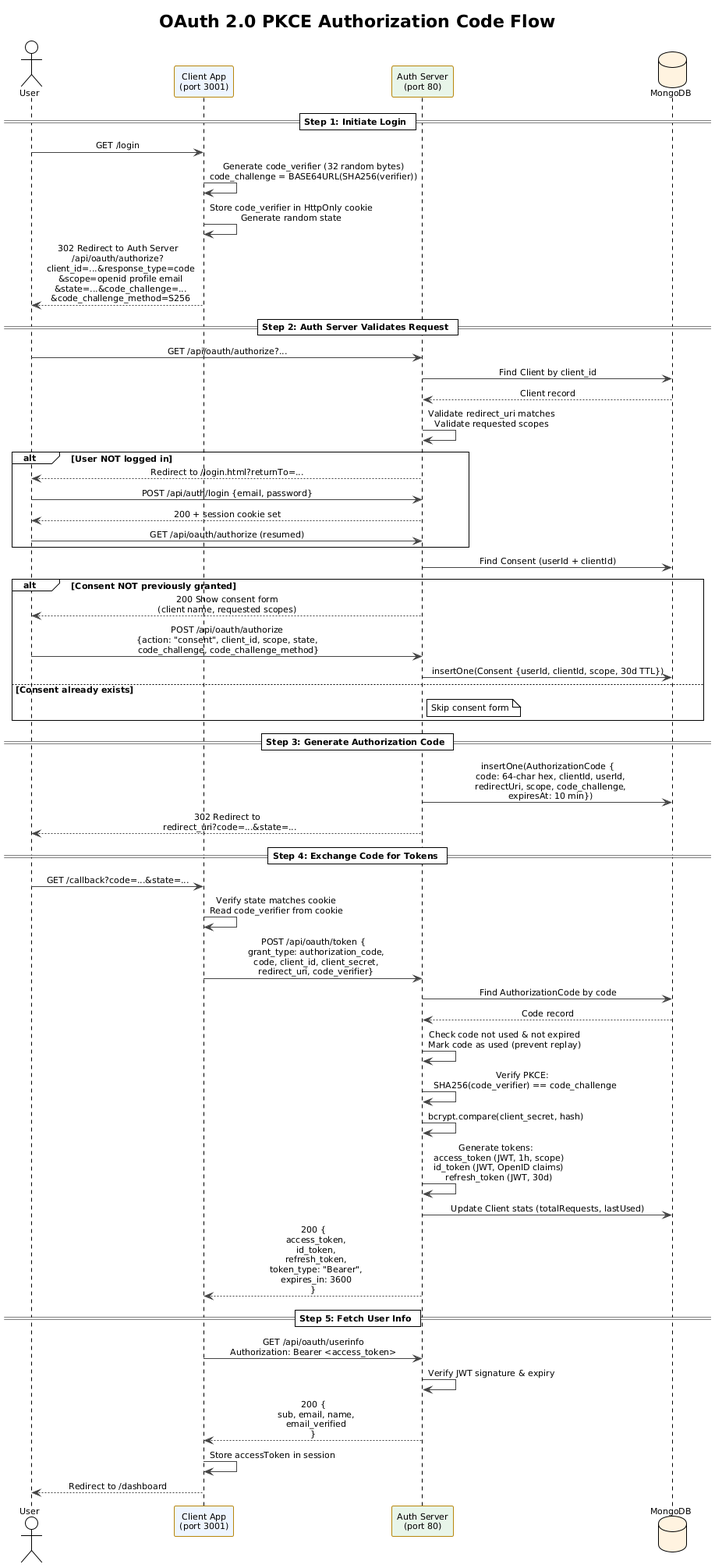
Before: Final-Final/diagrams/output/sequence-oauth.png, a diagram exported from PlantUML (Moxuz/Mono). The source it was exported from:
```plantuml
@startuml
!theme plain
skinparam defaultFontName Arial
skinparam defaultFontSize 11
skinparam sequenceMessageAlign center
skinparam ParticipantBackgroundColor #FFFBCC
skinparam ParticipantBorderColor    #B8860B
skinparam ArrowColor #444444

title OAuth 2.0 PKCE Authorization Code Flow

actor       "User"         as user
participant "Client App\n(port 3001)" as client #EEF5FF
participant "Auth Server\n(port 80)"  as server #E8F5E9
database    "MongoDB"      as mongo  #FFF3E0

== Step 1: Initiate Login ==
user -> client  : GET /login
client -> client : Generate code_verifier (32 random bytes)\ncode_challenge = BASE64URL(SHA256(verifier))
client -> client : Store code_verifier in HttpOnly cookie\nGenerate random state
client --> user  : 302 Redirect to Auth Server\n/api/oauth/authorize?\n  client_id=...&response_type=code\n  &scope=openid profile email\n  &state=...&code_challenge=...\n  &code_challenge_method=S256

== Step 2: Auth Server Validates Request ==
user -> server  : GET /api/oauth/authorize?...
server -> mongo : Find Client by client_id
mongo --> server : Client record
server -> server : Validate redirect_uri matches\nValidate requested scopes

alt User NOT logged in
  server --> user : Redirect to /login.html?returnTo=...
  user -> server  : POST /api/auth/login {email, password}
  server --> user : 200 + session cookie set
  user -> server  : GET /api/oauth/authorize (resumed)
end

server -> mongo : Find Consent (userId + clientId)

alt Consent NOT previously granted
  server --> user : 200 Show consent form\n(client name, requested scopes)
  user -> server  : POST /api/oauth/authorize\n{action: "consent", client_id, scope, state,\n code_challenge, code_challenge_method}
  server -> mongo : insertOne(Consent {userId, clientId, scope, 30d TTL})
else Consent already exists
  note right of server : Skip consent form
end

== Step 3: Generate Authorization Code ==
server -> mongo : insertOne(AuthorizationCode {\n  code: 64-char hex, clientId, userId,\n  redirectUri, scope, code_challenge,\n  expiresAt: 10 min})
server --> user : 302 Redirect to\n  redirect_uri?code=...&state=...

== Step 4: Exchange Code for Tokens ==
user -> client  : GET /callback?code=...&state=...
client -> client : Verify state matches cookie\nRead code_verifier from cookie
client -> server : POST /api/oauth/token {\n  grant_type: authorization_code,\n  code, client_id, client_secret,\n  redirect_uri, code_verifier}

server -> mongo : Find AuthorizationCode by code
mongo --> server : Code record
server -> server : Check code not used & not expired\nMark code as used (prevent replay)
server -> server : Verify PKCE:\n  SHA256(code_verifier) == code_challenge
server -> server : bcrypt.compare(client_secret, hash)

server -> server : Generate tokens:\n  access_token (JWT, 1h, scope)\n  id_token (JWT, OpenID claims)\n  refresh_token (JWT, 30d)
server -> mongo : Update Client stats (totalRequests, lastUsed)

server --> client : 200 {\n  access_token,\n  id_token,\n  refresh_token,\n  token_type: "Bearer",\n  expires_in: 3600\n}

== Step 5: Fetch User Info ==
client -> server : GET /api/oauth/userinfo\nAuthorization: Bearer <access_token>
server -> server : Verify JWT signature & expiry
server --> client : 200 {\n  sub, email, name,\n  email_verified\n}
client -> client : Store accessToken in session
client --> user  : Redirect to /dashboard
@enduml
```
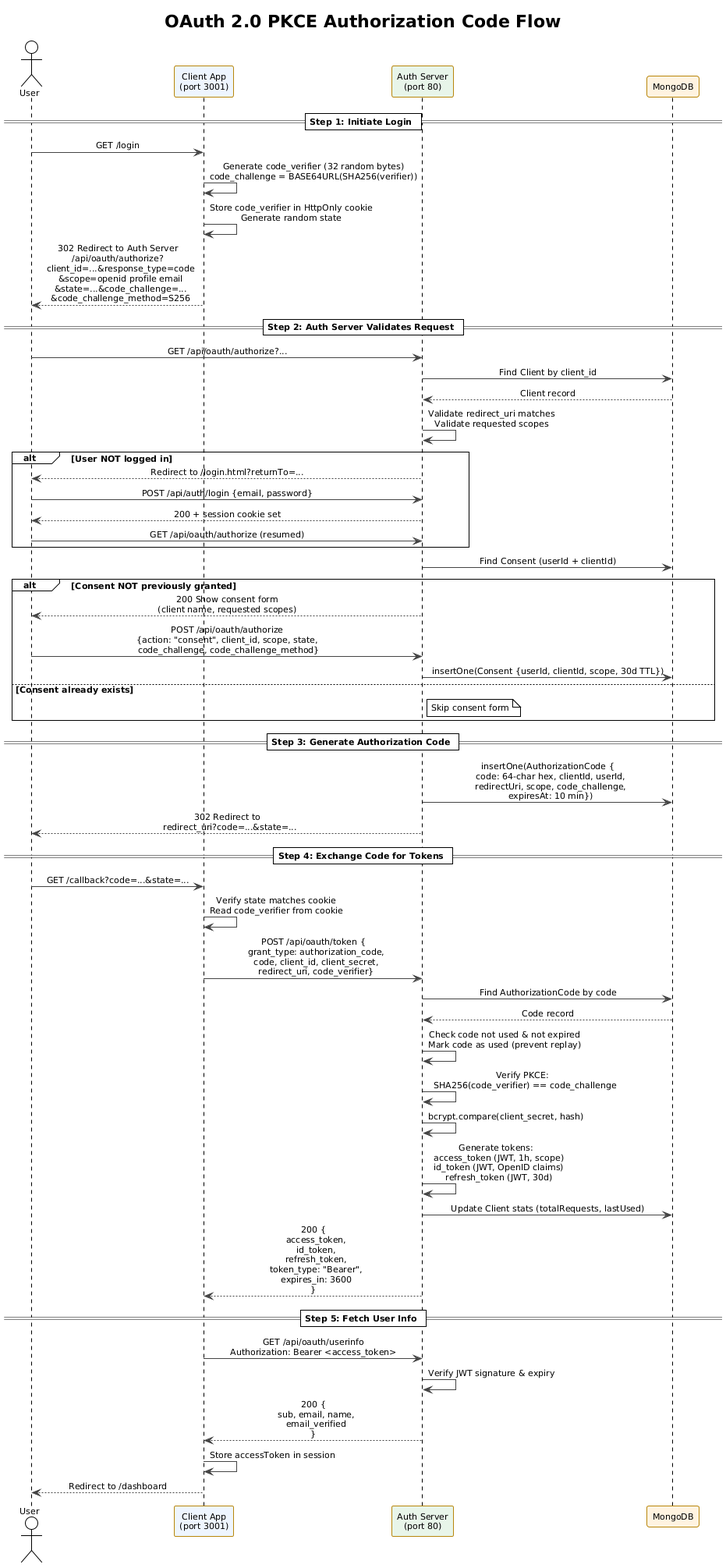
After the change.

What changed in the source:
```diff
@@ -12,7 +12,7 @@
 actor       "User"         as user
 participant "Client App\n(port 3001)" as client #EEF5FF
 participant "Auth Server\n(port 80)"  as server #E8F5E9
-database    "MongoDB"      as mongo  #FFF3E0
+participant "MongoDB"      as mongo  #FFF3E0
 
 == Step 1: Initiate Login ==
 user -> client  : GET /login
```
